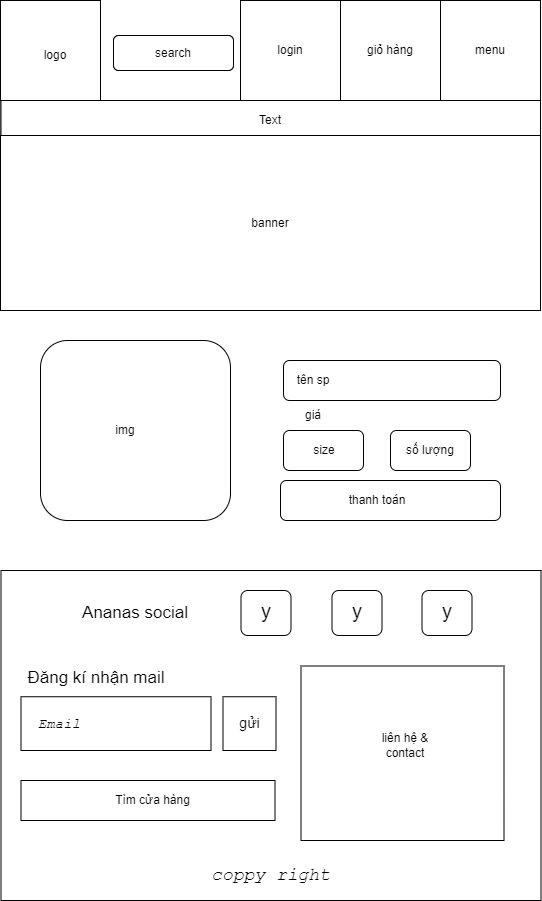
The draw.io diagram assignment/img/page2(tablet).png in z3dat/web106_ph36652, before a commit. Source tidied: cells renumbered, new cells last; positions are measured from the earlier drawing's top-left corner, leaving out a move shared by most shapes. The source it was exported from:
```xml
<mxGraphModel>
  <root>
    <mxCell id="0" />
    <mxCell id="1" parent="0" />
    <mxCell id="2" style="whiteSpace=wrap;html=1;" parent="1" vertex="1">
      <mxGeometry width="100" height="100" as="geometry" />
    </mxCell>
    <mxCell id="3" value="logo" style="text;html=1;strokeColor=none;fillColor=none;align=center;verticalAlign=middle;whiteSpace=wrap;rounded=0;" parent="1" vertex="1">
      <mxGeometry x="25" y="40" width="60" height="30" as="geometry" />
    </mxCell>
    <mxCell id="4" style="whiteSpace=wrap;html=1;" parent="1" vertex="1">
      <mxGeometry x="440" width="100" height="100" as="geometry" />
    </mxCell>
    <mxCell id="5" value="menu" style="text;html=1;strokeColor=none;fillColor=none;align=center;verticalAlign=middle;whiteSpace=wrap;rounded=0;" parent="1" vertex="1">
      <mxGeometry x="460" y="35" width="60" height="30" as="geometry" />
    </mxCell>
    <mxCell id="6" style="whiteSpace=wrap;html=1;" parent="1" vertex="1">
      <mxGeometry x="340" width="100" height="100" as="geometry" />
    </mxCell>
    <mxCell id="7" style="whiteSpace=wrap;html=1;" parent="1" vertex="1">
      <mxGeometry x="240" width="100" height="100" as="geometry" />
    </mxCell>
    <mxCell id="8" value="login" style="text;html=1;strokeColor=none;fillColor=none;align=center;verticalAlign=middle;whiteSpace=wrap;rounded=0;" parent="1" vertex="1">
      <mxGeometry x="260" y="35" width="60" height="30" as="geometry" />
    </mxCell>
    <mxCell id="9" value="giỏ hàng" style="text;html=1;strokeColor=none;fillColor=none;align=center;verticalAlign=middle;whiteSpace=wrap;rounded=0;" parent="1" vertex="1">
      <mxGeometry x="360" y="35" width="60" height="30" as="geometry" />
    </mxCell>
    <mxCell id="10" style="rounded=0;whiteSpace=wrap;html=1;perimeterSpacing=0;" parent="1" vertex="1">
      <mxGeometry x="0.5" y="100" width="539.5" height="40" as="geometry" />
    </mxCell>
    <mxCell id="11" value="Text" style="text;html=1;strokeColor=none;fillColor=none;align=center;verticalAlign=middle;whiteSpace=wrap;rounded=0;" parent="1" vertex="1">
      <mxGeometry x="240" y="105" width="60" height="30" as="geometry" />
    </mxCell>
    <mxCell id="12" style="rounded=0;whiteSpace=wrap;html=1;" parent="1" vertex="1">
      <mxGeometry y="135" width="540" height="175" as="geometry" />
    </mxCell>
    <mxCell id="13" value="banner" style="text;html=1;strokeColor=none;fillColor=none;align=center;verticalAlign=middle;whiteSpace=wrap;rounded=0;" parent="1" vertex="1">
      <mxGeometry x="240.2" y="207.5" width="60" height="30" as="geometry" />
    </mxCell>
    <mxCell id="14" style="rounded=1;whiteSpace=wrap;html=1;" parent="1" vertex="1">
      <mxGeometry x="113" y="35" width="120" height="35" as="geometry" />
    </mxCell>
    <mxCell id="15" value="search" style="text;html=1;strokeColor=none;fillColor=none;align=center;verticalAlign=middle;whiteSpace=wrap;rounded=0;" parent="1" vertex="1">
      <mxGeometry x="143" y="37.5" width="60" height="30" as="geometry" />
    </mxCell>
    <mxCell id="16" style="rounded=1;whiteSpace=wrap;html=1;" parent="1" vertex="1">
      <mxGeometry x="40" y="340" width="190" height="180" as="geometry" />
    </mxCell>
    <mxCell id="17" style="rounded=1;whiteSpace=wrap;html=1;" parent="1" vertex="1">
      <mxGeometry x="283" y="360" width="217" height="40" as="geometry" />
    </mxCell>
    <mxCell id="18" value="img" style="text;html=1;strokeColor=none;fillColor=none;align=center;verticalAlign=middle;whiteSpace=wrap;rounded=0;" parent="1" vertex="1">
      <mxGeometry x="95" y="415" width="60" height="30" as="geometry" />
    </mxCell>
    <mxCell id="19" value="tên sp" style="text;html=1;strokeColor=none;fillColor=none;align=center;verticalAlign=middle;whiteSpace=wrap;rounded=0;" parent="1" vertex="1">
      <mxGeometry x="283" y="365" width="60" height="30" as="geometry" />
    </mxCell>
    <mxCell id="20" value="giá" style="text;html=1;strokeColor=none;fillColor=none;align=center;verticalAlign=middle;whiteSpace=wrap;rounded=0;" parent="1" vertex="1">
      <mxGeometry x="283" y="400" width="60" height="30" as="geometry" />
    </mxCell>
    <mxCell id="21" style="rounded=1;whiteSpace=wrap;html=1;" parent="1" vertex="1">
      <mxGeometry x="283" y="430" width="80" height="40" as="geometry" />
    </mxCell>
    <mxCell id="22" style="rounded=1;whiteSpace=wrap;html=1;" parent="1" vertex="1">
      <mxGeometry x="390" y="430" width="80" height="40" as="geometry" />
    </mxCell>
    <mxCell id="23" value="size" style="text;html=1;strokeColor=none;fillColor=none;align=center;verticalAlign=middle;whiteSpace=wrap;rounded=0;" parent="1" vertex="1">
      <mxGeometry x="293.5" y="435" width="60" height="30" as="geometry" />
    </mxCell>
    <mxCell id="24" value="số lượng" style="text;html=1;strokeColor=none;fillColor=none;align=center;verticalAlign=middle;whiteSpace=wrap;rounded=0;" parent="1" vertex="1">
      <mxGeometry x="400" y="435" width="60" height="30" as="geometry" />
    </mxCell>
    <mxCell id="25" style="rounded=1;whiteSpace=wrap;html=1;" parent="1" vertex="1">
      <mxGeometry x="280" y="480" width="220" height="40" as="geometry" />
    </mxCell>
    <mxCell id="26" value="thanh toán" style="text;html=1;strokeColor=none;fillColor=none;align=center;verticalAlign=middle;whiteSpace=wrap;rounded=0;" parent="1" vertex="1">
      <mxGeometry x="346.5" y="485" width="60" height="30" as="geometry" />
    </mxCell>
    <mxCell id="27" style="whiteSpace=wrap;html=1;" parent="1" vertex="1">
      <mxGeometry width="100" height="100" as="geometry" />
    </mxCell>
    <mxCell id="28" value="logo" style="text;html=1;strokeColor=none;fillColor=none;align=center;verticalAlign=middle;whiteSpace=wrap;rounded=0;" parent="1" vertex="1">
      <mxGeometry x="25" y="40" width="60" height="30" as="geometry" />
    </mxCell>
    <mxCell id="29" style="whiteSpace=wrap;html=1;" parent="1" vertex="1">
      <mxGeometry x="440" width="100" height="100" as="geometry" />
    </mxCell>
    <mxCell id="30" value="menu" style="text;html=1;strokeColor=none;fillColor=none;align=center;verticalAlign=middle;whiteSpace=wrap;rounded=0;" parent="1" vertex="1">
      <mxGeometry x="460" y="35" width="60" height="30" as="geometry" />
    </mxCell>
    <mxCell id="31" style="whiteSpace=wrap;html=1;" parent="1" vertex="1">
      <mxGeometry x="340" width="100" height="100" as="geometry" />
    </mxCell>
    <mxCell id="32" style="whiteSpace=wrap;html=1;" parent="1" vertex="1">
      <mxGeometry x="240" width="100" height="100" as="geometry" />
    </mxCell>
    <mxCell id="33" value="login" style="text;html=1;strokeColor=none;fillColor=none;align=center;verticalAlign=middle;whiteSpace=wrap;rounded=0;" parent="1" vertex="1">
      <mxGeometry x="260" y="35" width="60" height="30" as="geometry" />
    </mxCell>
    <mxCell id="34" value="giỏ hàng" style="text;html=1;strokeColor=none;fillColor=none;align=center;verticalAlign=middle;whiteSpace=wrap;rounded=0;" parent="1" vertex="1">
      <mxGeometry x="360" y="35" width="60" height="30" as="geometry" />
    </mxCell>
    <mxCell id="35" style="rounded=0;whiteSpace=wrap;html=1;perimeterSpacing=0;" parent="1" vertex="1">
      <mxGeometry x="0.5" y="100" width="539.5" height="40" as="geometry" />
    </mxCell>
    <mxCell id="36" value="Text" style="text;html=1;strokeColor=none;fillColor=none;align=center;verticalAlign=middle;whiteSpace=wrap;rounded=0;" parent="1" vertex="1">
      <mxGeometry x="240" y="105" width="60" height="30" as="geometry" />
    </mxCell>
    <mxCell id="37" style="rounded=0;whiteSpace=wrap;html=1;" parent="1" vertex="1">
      <mxGeometry y="135" width="540" height="175" as="geometry" />
    </mxCell>
    <mxCell id="38" value="banner" style="text;html=1;strokeColor=none;fillColor=none;align=center;verticalAlign=middle;whiteSpace=wrap;rounded=0;" parent="1" vertex="1">
      <mxGeometry x="240.2" y="207.5" width="60" height="30" as="geometry" />
    </mxCell>
    <mxCell id="39" style="rounded=1;whiteSpace=wrap;html=1;" parent="1" vertex="1">
      <mxGeometry x="113" y="35" width="120" height="35" as="geometry" />
    </mxCell>
    <mxCell id="40" value="search" style="text;html=1;strokeColor=none;fillColor=none;align=center;verticalAlign=middle;whiteSpace=wrap;rounded=0;" parent="1" vertex="1">
      <mxGeometry x="143" y="37.5" width="60" height="30" as="geometry" />
    </mxCell>
    <mxCell id="41" style="rounded=0;whiteSpace=wrap;html=1;" parent="1" vertex="1">
      <mxGeometry x="0.5" y="570" width="540" height="330" as="geometry" />
    </mxCell>
    <mxCell id="42" style="rounded=1;whiteSpace=wrap;html=1;" parent="1" vertex="1">
      <mxGeometry x="421.5" y="590" width="50" height="45" as="geometry" />
    </mxCell>
    <mxCell id="43" value="Ananas social" style="text;html=1;strokeColor=none;fillColor=none;align=center;verticalAlign=middle;whiteSpace=wrap;rounded=0;fontSize=17;" parent="1" vertex="1">
      <mxGeometry x="29" y="592.5" width="211.5" height="40" as="geometry" />
    </mxCell>
    <mxCell id="44" value="Đăng kí nhận mail" style="text;html=1;strokeColor=none;fillColor=none;align=center;verticalAlign=middle;whiteSpace=wrap;rounded=0;fontSize=17;" parent="1" vertex="1">
      <mxGeometry x="15.5" y="660" width="160" height="36.2" as="geometry" />
    </mxCell>
    <mxCell id="45" style="rounded=0;whiteSpace=wrap;html=1;" parent="1" vertex="1">
      <mxGeometry x="20.5" y="696.2" width="190" height="53.8" as="geometry" />
    </mxCell>
    <mxCell id="46" value="&lt;i style=&quot;font-size: 14px;&quot;&gt;&lt;font face=&quot;Courier New&quot; style=&quot;font-size: 14px;&quot;&gt;Email&lt;/font&gt;&lt;/i&gt;" style="text;html=1;strokeColor=none;fillColor=none;align=center;verticalAlign=middle;whiteSpace=wrap;rounded=0;fillStyle=dots;gradientColor=none;opacity=40;fontSize=14;" parent="1" vertex="1">
      <mxGeometry x="29" y="708.1" width="60" height="30" as="geometry" />
    </mxCell>
    <mxCell id="47" style="rounded=0;whiteSpace=wrap;html=1;" parent="1" vertex="1">
      <mxGeometry x="222.5" y="696.2" width="53" height="53.8" as="geometry" />
    </mxCell>
    <mxCell id="48" value="gửi" style="text;html=1;strokeColor=none;fillColor=none;align=center;verticalAlign=middle;whiteSpace=wrap;rounded=0;fontSize=14;" parent="1" vertex="1">
      <mxGeometry x="230.8" y="709.4" width="36.5" height="27.5" as="geometry" />
    </mxCell>
    <mxCell id="49" value="y" style="text;html=1;strokeColor=none;fillColor=none;align=center;verticalAlign=middle;whiteSpace=wrap;rounded=0;fontSize=20;" parent="1" vertex="1">
      <mxGeometry x="427.8" y="605" width="37.5" height="10" as="geometry" />
    </mxCell>
    <mxCell id="50" style="rounded=0;whiteSpace=wrap;html=1;" parent="1" vertex="1">
      <mxGeometry x="20.5" y="780" width="254" height="40" as="geometry" />
    </mxCell>
    <mxCell id="51" value="Tìm cửa hàng" style="text;html=1;strokeColor=none;fillColor=none;align=center;verticalAlign=middle;whiteSpace=wrap;rounded=0;" parent="1" vertex="1">
      <mxGeometry x="93.5" y="785" width="117" height="30" as="geometry" />
    </mxCell>
    <mxCell id="52" value="&lt;i style=&quot;font-size: 18px;&quot;&gt;&lt;font face=&quot;Courier New&quot; style=&quot;font-size: 18px;&quot;&gt;coppy right&lt;/font&gt;&lt;/i&gt;" style="text;html=1;strokeColor=none;fillColor=none;align=center;verticalAlign=middle;whiteSpace=wrap;rounded=0;fontSize=18;" parent="1" vertex="1">
      <mxGeometry x="205.2" y="860" width="131" height="30" as="geometry" />
    </mxCell>
    <mxCell id="53" style="rounded=0;whiteSpace=wrap;html=1;" parent="1" vertex="1">
      <mxGeometry x="300.5" y="665.5" width="203" height="174.5" as="geometry" />
    </mxCell>
    <mxCell id="54" value="liên hệ &amp;amp; contact" style="text;html=1;strokeColor=none;fillColor=none;align=center;verticalAlign=middle;whiteSpace=wrap;rounded=0;" parent="1" vertex="1">
      <mxGeometry x="375.2" y="730" width="60" height="30" as="geometry" />
    </mxCell>
    <mxCell id="55" style="rounded=1;whiteSpace=wrap;html=1;" parent="1" vertex="1">
      <mxGeometry x="240.5" y="590" width="50" height="45" as="geometry" />
    </mxCell>
    <mxCell id="56" value="y" style="text;html=1;strokeColor=none;fillColor=none;align=center;verticalAlign=middle;whiteSpace=wrap;rounded=0;fontSize=20;" parent="1" vertex="1">
      <mxGeometry x="246.8" y="605" width="37.5" height="10" as="geometry" />
    </mxCell>
    <mxCell id="57" style="rounded=1;whiteSpace=wrap;html=1;" parent="1" vertex="1">
      <mxGeometry x="331.5" y="590" width="50" height="45" as="geometry" />
    </mxCell>
    <mxCell id="58" value="y" style="text;html=1;strokeColor=none;fillColor=none;align=center;verticalAlign=middle;whiteSpace=wrap;rounded=0;fontSize=20;" parent="1" vertex="1">
      <mxGeometry x="337.8" y="605" width="37.5" height="10" as="geometry" />
    </mxCell>
  </root>
</mxGraphModel>
```
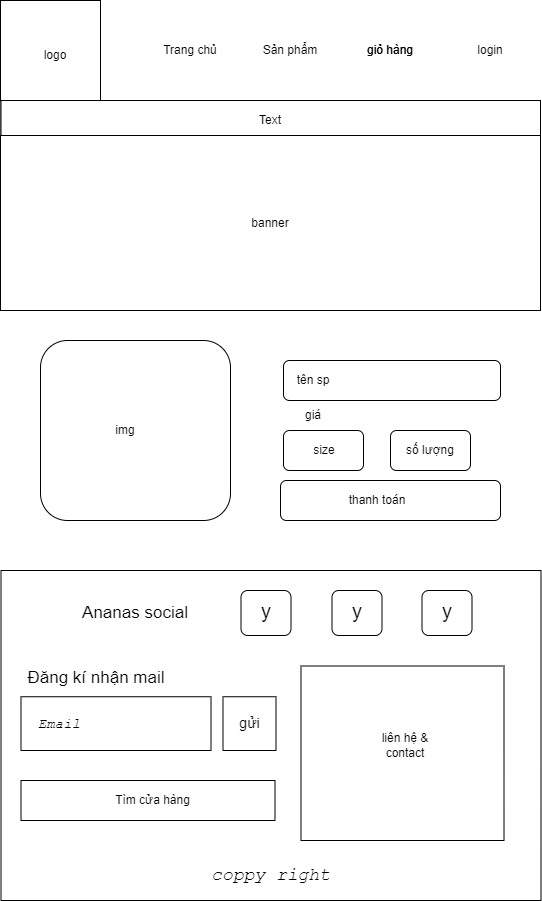
After the commit.

Change to the diagram source:
```diff
@@ -8,24 +8,6 @@
     <mxCell id="3" value="logo" style="text;html=1;strokeColor=none;fillColor=none;align=center;verticalAlign=middle;whiteSpace=wrap;rounded=0;" parent="1" vertex="1">
       <mxGeometry x="25" y="40" width="60" height="30" as="geometry" />
     </mxCell>
-    <mxCell id="4" style="whiteSpace=wrap;html=1;" parent="1" vertex="1">
-      <mxGeometry x="440" width="100" height="100" as="geometry" />
-    </mxCell>
-    <mxCell id="5" value="menu" style="text;html=1;strokeColor=none;fillColor=none;align=center;verticalAlign=middle;whiteSpace=wrap;rounded=0;" parent="1" vertex="1">
-      <mxGeometry x="460" y="35" width="60" height="30" as="geometry" />
-    </mxCell>
-    <mxCell id="6" style="whiteSpace=wrap;html=1;" parent="1" vertex="1">
-      <mxGeometry x="340" width="100" height="100" as="geometry" />
-    </mxCell>
-    <mxCell id="7" style="whiteSpace=wrap;html=1;" parent="1" vertex="1">
-      <mxGeometry x="240" width="100" height="100" as="geometry" />
-    </mxCell>
-    <mxCell id="8" value="login" style="text;html=1;strokeColor=none;fillColor=none;align=center;verticalAlign=middle;whiteSpace=wrap;rounded=0;" parent="1" vertex="1">
-      <mxGeometry x="260" y="35" width="60" height="30" as="geometry" />
-    </mxCell>
-    <mxCell id="9" value="giỏ hàng" style="text;html=1;strokeColor=none;fillColor=none;align=center;verticalAlign=middle;whiteSpace=wrap;rounded=0;" parent="1" vertex="1">
-      <mxGeometry x="360" y="35" width="60" height="30" as="geometry" />
-    </mxCell>
     <mxCell id="10" style="rounded=0;whiteSpace=wrap;html=1;perimeterSpacing=0;" parent="1" vertex="1">
       <mxGeometry x="0.5" y="100" width="539.5" height="40" as="geometry" />
     </mxCell>
@@ -38,12 +20,6 @@
     <mxCell id="13" value="banner" style="text;html=1;strokeColor=none;fillColor=none;align=center;verticalAlign=middle;whiteSpace=wrap;rounded=0;" parent="1" vertex="1">
       <mxGeometry x="240.2" y="207.5" width="60" height="30" as="geometry" />
     </mxCell>
-    <mxCell id="14" style="rounded=1;whiteSpace=wrap;html=1;" parent="1" vertex="1">
-      <mxGeometry x="113" y="35" width="120" height="35" as="geometry" />
-    </mxCell>
-    <mxCell id="15" value="search" style="text;html=1;strokeColor=none;fillColor=none;align=center;verticalAlign=middle;whiteSpace=wrap;rounded=0;" parent="1" vertex="1">
-      <mxGeometry x="143" y="37.5" width="60" height="30" as="geometry" />
-    </mxCell>
     <mxCell id="16" style="rounded=1;whiteSpace=wrap;html=1;" parent="1" vertex="1">
       <mxGeometry x="40" y="340" width="190" height="180" as="geometry" />
     </mxCell>
@@ -83,24 +59,6 @@
     <mxCell id="28" value="logo" style="text;html=1;strokeColor=none;fillColor=none;align=center;verticalAlign=middle;whiteSpace=wrap;rounded=0;" parent="1" vertex="1">
       <mxGeometry x="25" y="40" width="60" height="30" as="geometry" />
     </mxCell>
-    <mxCell id="29" style="whiteSpace=wrap;html=1;" parent="1" vertex="1">
-      <mxGeometry x="440" width="100" height="100" as="geometry" />
-    </mxCell>
-    <mxCell id="30" value="menu" style="text;html=1;strokeColor=none;fillColor=none;align=center;verticalAlign=middle;whiteSpace=wrap;rounded=0;" parent="1" vertex="1">
-      <mxGeometry x="460" y="35" width="60" height="30" as="geometry" />
-    </mxCell>
-    <mxCell id="31" style="whiteSpace=wrap;html=1;" parent="1" vertex="1">
-      <mxGeometry x="340" width="100" height="100" as="geometry" />
-    </mxCell>
-    <mxCell id="32" style="whiteSpace=wrap;html=1;" parent="1" vertex="1">
-      <mxGeometry x="240" width="100" height="100" as="geometry" />
-    </mxCell>
-    <mxCell id="33" value="login" style="text;html=1;strokeColor=none;fillColor=none;align=center;verticalAlign=middle;whiteSpace=wrap;rounded=0;" parent="1" vertex="1">
-      <mxGeometry x="260" y="35" width="60" height="30" as="geometry" />
-    </mxCell>
-    <mxCell id="34" value="giỏ hàng" style="text;html=1;strokeColor=none;fillColor=none;align=center;verticalAlign=middle;whiteSpace=wrap;rounded=0;" parent="1" vertex="1">
-      <mxGeometry x="360" y="35" width="60" height="30" as="geometry" />
-    </mxCell>
     <mxCell id="35" style="rounded=0;whiteSpace=wrap;html=1;perimeterSpacing=0;" parent="1" vertex="1">
       <mxGeometry x="0.5" y="100" width="539.5" height="40" as="geometry" />
     </mxCell>
@@ -113,12 +71,6 @@
     <mxCell id="38" value="banner" style="text;html=1;strokeColor=none;fillColor=none;align=center;verticalAlign=middle;whiteSpace=wrap;rounded=0;" parent="1" vertex="1">
       <mxGeometry x="240.2" y="207.5" width="60" height="30" as="geometry" />
     </mxCell>
-    <mxCell id="39" style="rounded=1;whiteSpace=wrap;html=1;" parent="1" vertex="1">
-      <mxGeometry x="113" y="35" width="120" height="35" as="geometry" />
-    </mxCell>
-    <mxCell id="40" value="search" style="text;html=1;strokeColor=none;fillColor=none;align=center;verticalAlign=middle;whiteSpace=wrap;rounded=0;" parent="1" vertex="1">
-      <mxGeometry x="143" y="37.5" width="60" height="30" as="geometry" />
-    </mxCell>
     <mxCell id="41" style="rounded=0;whiteSpace=wrap;html=1;" parent="1" vertex="1">
       <mxGeometry x="0.5" y="570" width="540" height="330" as="geometry" />
     </mxCell>
@@ -173,5 +125,20 @@
     <mxCell id="58" value="y" style="text;html=1;strokeColor=none;fillColor=none;align=center;verticalAlign=middle;whiteSpace=wrap;rounded=0;fontSize=20;" parent="1" vertex="1">
       <mxGeometry x="337.8" y="605" width="37.5" height="10" as="geometry" />
     </mxCell>
+    <mxCell id="59" value="login" style="text;html=1;strokeColor=none;fillColor=none;align=center;verticalAlign=middle;whiteSpace=wrap;rounded=0;" parent="1" vertex="1">
+      <mxGeometry x="459.8" y="35" width="60" height="30" as="geometry" />
+    </mxCell>
+    <mxCell id="60" value="Sản phẩm" style="text;html=1;strokeColor=none;fillColor=none;align=center;verticalAlign=middle;whiteSpace=wrap;rounded=0;" parent="1" vertex="1">
+      <mxGeometry x="259.8" y="35" width="60" height="30" as="geometry" />
+    </mxCell>
+    <mxCell id="61" value="giỏ hàng" style="text;html=1;strokeColor=none;fillColor=none;align=center;verticalAlign=middle;whiteSpace=wrap;rounded=0;" parent="1" vertex="1">
+      <mxGeometry x="359.8" y="35" width="60" height="30" as="geometry" />
+    </mxCell>
+    <mxCell id="62" value="giỏ hàng" style="text;html=1;strokeColor=none;fillColor=none;align=center;verticalAlign=middle;whiteSpace=wrap;rounded=0;" parent="1" vertex="1">
+      <mxGeometry x="359.8" y="35" width="60" height="30" as="geometry" />
+    </mxCell>
+    <mxCell id="63" value="Trang chủ" style="text;html=1;strokeColor=none;fillColor=none;align=center;verticalAlign=middle;whiteSpace=wrap;rounded=0;" parent="1" vertex="1">
+      <mxGeometry x="160" y="35" width="60" height="30" as="geometry" />
+    </mxCell>
   </root>
 </mxGraphModel>
```
